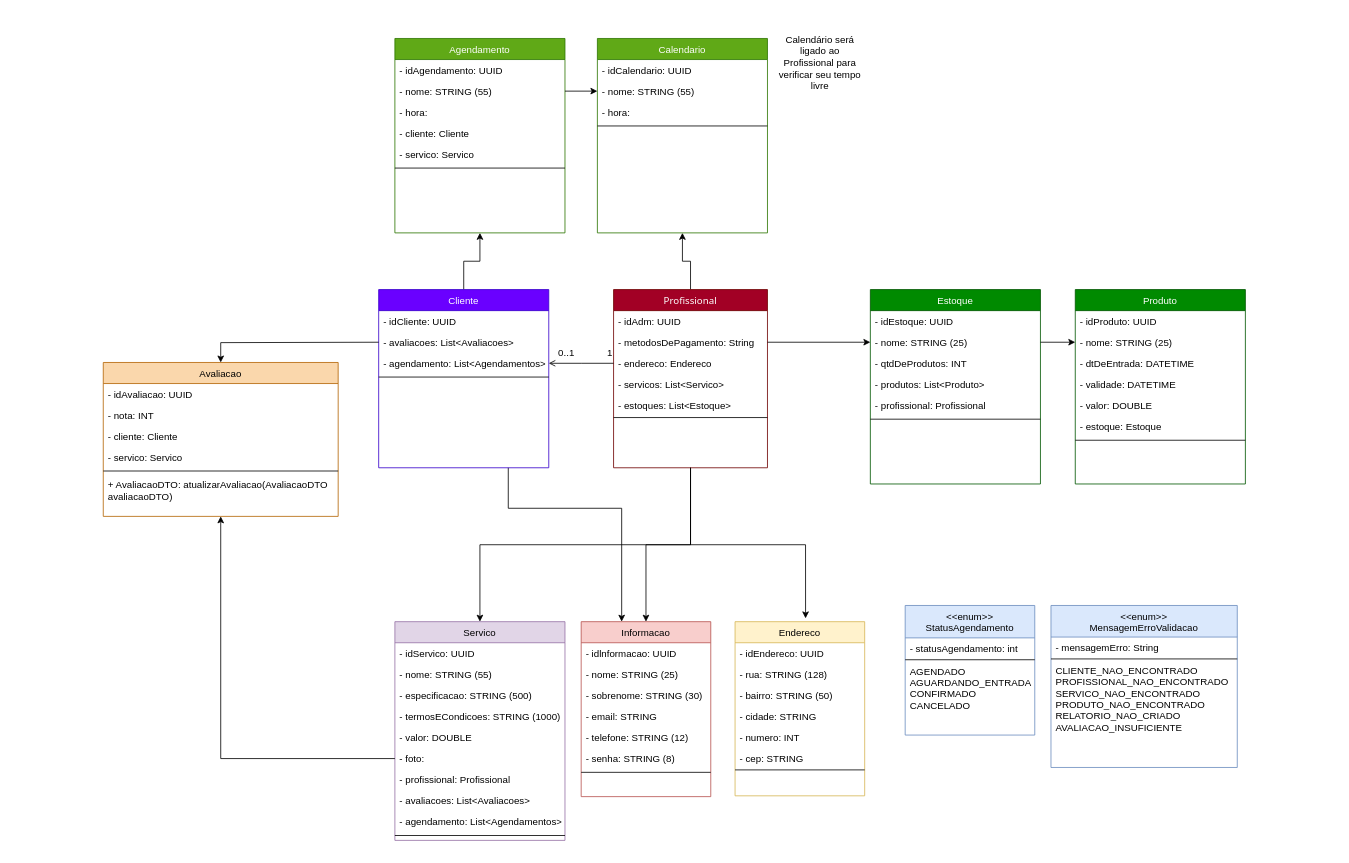
This is docs/salao.drawio from SamelaHostins/SISTEMA-DE-GERENCIAMENTO-BACKEND, a draw.io file, before an edit. Source tidied: cells renumbered, new cells numbered last; positions are measured from the earlier drawing's top-left corner, leaving out a move shared by most shapes. Both pictures are drawn from the tidied source at 81%, with x=0, y=0 at pixel (103, 38).
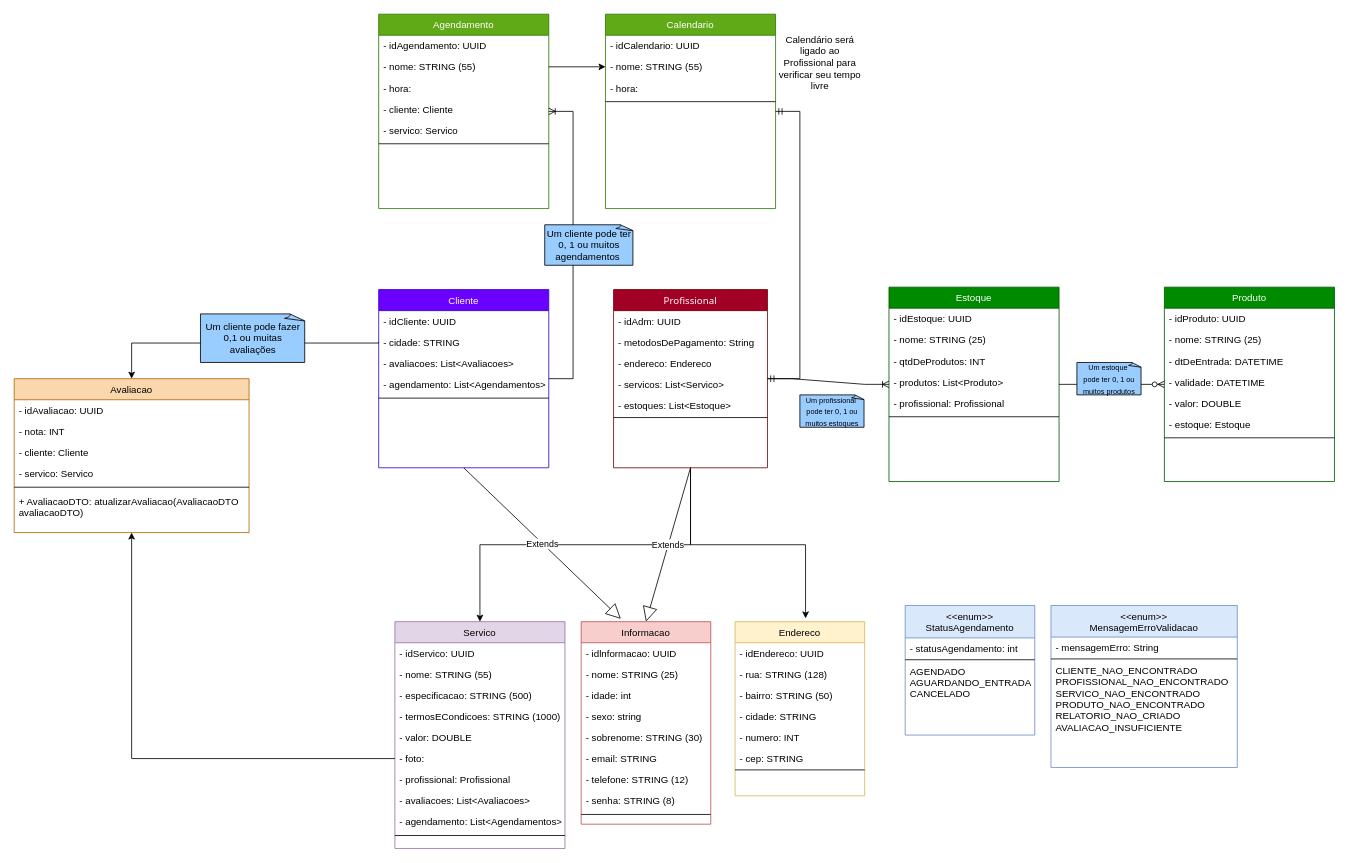
The same page after the edit.

Commit message (it also covers changes not shown here):
feat: salao diagrama

Unchanged cells that the change refers to:
```xml
<mxCell id="5" value="Profissional" style="swimlane;fontStyle=0;align=center;verticalAlign=top;horizontal=1;startSize=26;rounded=0;shadow=0;strokeWidth=1;fontFamily=Tahoma;fillColor=#a20025;fontColor=#ffffff;strokeColor=#6F0000;" parent="1" vertex="1">
  <mxGeometry x="630" y="310" width="190" height="220" as="geometry" />
</mxCell>
<mxCell id="7" value="- metodosDePagamento: String" style="text;align=left;verticalAlign=top;spacingLeft=4;spacingRight=4;overflow=hidden;points=[[0,0.5],[1,0.5]];portConstraint=eastwest;" parent="5" vertex="1">
  <mxGeometry y="52" width="190" height="26" as="geometry" />
</mxCell>
<mxCell id="8" value="- endereco: Endereco" style="text;align=left;verticalAlign=top;spacingLeft=4;spacingRight=4;overflow=hidden;points=[[0,0.5],[1,0.5]];portConstraint=eastwest;" parent="5" vertex="1">
  <mxGeometry y="78" width="190" height="26" as="geometry" />
</mxCell>
<mxCell id="33" value="Cliente" style="swimlane;fontStyle=0;align=center;verticalAlign=top;horizontal=1;startSize=26;rounded=0;shadow=0;strokeWidth=1;fillColor=#6a00ff;strokeColor=#3700CC;fontColor=#ffffff;" parent="1" vertex="1">
  <mxGeometry x="340" y="310" width="210" height="220" as="geometry" />
</mxCell>
<mxCell id="74" value="- nome: STRING (25)" style="text;align=left;verticalAlign=top;spacingLeft=4;spacingRight=4;overflow=hidden;points=[[0,0.5],[1,0.5]];portConstraint=eastwest;rounded=0;shadow=0;html=0;" parent="72" vertex="1">
  <mxGeometry y="52" width="210" height="26" as="geometry" />
</mxCell>
<mxCell id="81" value="- nome: STRING (25)" style="text;align=left;verticalAlign=top;spacingLeft=4;spacingRight=4;overflow=hidden;points=[[0,0.5],[1,0.5]];portConstraint=eastwest;rounded=0;shadow=0;html=0;" parent="79" vertex="1">
  <mxGeometry y="52" width="210" height="26" as="geometry" />
</mxCell>
<mxCell id="90" value="&lt;&lt;enum&gt;&gt;&#10;StatusAgendamento" style="swimlane;fontStyle=0;align=center;verticalAlign=top;horizontal=1;startSize=40;rounded=0;shadow=0;strokeWidth=1;fillColor=#dae8fc;strokeColor=#6c8ebf;" parent="1" vertex="1">
  <mxGeometry x="990" y="700" width="160" height="160" as="geometry" />
</mxCell>
```

Change to the diagram source:
```diff
@@
-    <mxCell id="2" style="edgeStyle=orthogonalEdgeStyle;rounded=0;jettySize=auto;html=1;exitX=0.5;exitY=1;exitDx=0;exitDy=0;entryX=0.5;entryY=0;entryDx=0;entryDy=0;" parent="1" edge="1" source="5" target="41">
-      <mxGeometry relative="1" as="geometry" />
-    </mxCell>
@@
-    <mxCell id="4" style="edgeStyle=orthogonalEdgeStyle;rounded=0;jettySize=auto;html=1;exitX=0.5;exitY=0;exitDx=0;exitDy=0;entryX=0.5;entryY=1;entryDx=0;entryDy=0;" parent="1" edge="1" source="5" target="66">
-      <mxGeometry relative="1" as="geometry" />
-    </mxCell>
@@
     <mxCell id="12" value="Servico" style="swimlane;fontStyle=0;align=center;verticalAlign=top;horizontal=1;startSize=26;rounded=0;shadow=0;strokeWidth=1;fillColor=#e1d5e7;strokeColor=#9673a6;" parent="1" vertex="1">
-      <mxGeometry x="360" y="720" width="210" height="270" as="geometry" />
+      <mxGeometry x="360" y="720" width="210" height="280" as="geometry" />
     </mxCell>
@@
-    <mxCell id="31" style="edgeStyle=orthogonalEdgeStyle;rounded=0;jettySize=auto;html=1;" parent="1" edge="1" target="41">
-      <mxGeometry relative="1" as="geometry">
-        <mxPoint x="500" y="530" as="sourcePoint" />
-        <Array as="points">
-          <mxPoint x="500" y="580" />
-          <mxPoint x="640" y="580" />
-        </Array>
-      </mxGeometry>
-    </mxCell>
-    <mxCell id="32" style="edgeStyle=orthogonalEdgeStyle;rounded=0;jettySize=auto;html=1;exitX=0.5;exitY=0;exitDx=0;exitDy=0;entryX=0.5;entryY=1;entryDx=0;entryDy=0;" parent="1" edge="1" source="33" target="59">
-      <mxGeometry relative="1" as="geometry" />
-    </mxCell>
@@
+    <mxCell id="98" value="- cidade: STRING" style="text;align=left;verticalAlign=top;spacingLeft=4;spacingRight=4;overflow=hidden;" parent="33" vertex="1">
+      <mxGeometry y="52" width="210" height="26" as="geometry" />
+    </mxCell>
     <mxCell id="35" value="- avaliacoes: List&lt;Avaliacoes&gt;" style="text;align=left;verticalAlign=top;spacingLeft=4;spacingRight=4;overflow=hidden;rounded=0;shadow=0;html=0;" parent="33" vertex="1">
-      <mxGeometry y="52" width="210" height="26" as="geometry" />
+      <mxGeometry y="78" width="210" height="26" as="geometry" />
     </mxCell>
     <mxCell id="36" value="- agendamento: List&lt;Agendamentos&gt;" style="text;align=left;verticalAlign=top;spacingLeft=4;spacingRight=4;overflow=hidden;rounded=0;shadow=0;html=0;" parent="33" vertex="1">
-      <mxGeometry y="78" width="210" height="26" as="geometry" />
+      <mxGeometry y="104" width="210" height="26" as="geometry" />
     </mxCell>
     <mxCell id="37" style="line;html=1;strokeWidth=1;align=left;verticalAlign=middle;spacingTop=-1;spacingLeft=3;spacingRight=3;labelPosition=right;" parent="33" vertex="1">
-      <mxGeometry y="104" width="210" height="8" as="geometry" />
+      <mxGeometry y="130" width="210" height="8" as="geometry" />
     </mxCell>
-    <mxCell id="38" style="endArrow=open;shadow=0;strokeWidth=1;rounded=0;endFill=1;edgeStyle=elbowEdgeStyle;elbow=vertical;exitX=0;exitY=0.5;exitDx=0;exitDy=0;" parent="1" edge="1" source="8" target="33">
-      <mxGeometry x="0.5" y="41" relative="1" as="geometry">
-        <mxPoint x="-40" y="32" as="offset" />
-      </mxGeometry>
-    </mxCell>
-    <mxCell id="39" value="0..1" style="align=left;verticalAlign=bottom;labelBackgroundColor=none;fontSize=12;" parent="38" vertex="1">
-      <mxGeometry x="-1" relative="1" as="geometry">
-        <mxPoint x="-70" y="-5" as="offset" />
-      </mxGeometry>
-    </mxCell>
-    <mxCell id="40" value="1" style="align=right;verticalAlign=bottom;labelBackgroundColor=none;fontSize=12;" parent="38" vertex="1">
-      <mxGeometry x="1" relative="1" as="geometry">
-        <mxPoint x="80" y="-5" as="offset" />
-      </mxGeometry>
-    </mxCell>
     <mxCell id="41" value="Informacao" style="swimlane;fontStyle=0;align=center;verticalAlign=top;horizontal=1;startSize=26;rounded=0;shadow=0;strokeWidth=1;fillColor=#f8cecc;strokeColor=#b85450;" parent="1" vertex="1">
-      <mxGeometry x="590" y="720" width="160" height="216" as="geometry" />
+      <mxGeometry x="590" y="720" width="160" height="250" as="geometry" />
     </mxCell>
@@
+    <mxCell id="99" value="- idade: int " style="text;align=left;verticalAlign=top;spacingLeft=4;spacingRight=4;overflow=hidden;" parent="41" vertex="1">
+      <mxGeometry y="78" width="160" height="26" as="geometry" />
+    </mxCell>
+    <mxCell id="100" value="- sexo: string" style="text;align=left;verticalAlign=top;spacingLeft=4;spacingRight=4;overflow=hidden;" parent="41" vertex="1">
+      <mxGeometry y="104" width="160" height="26" as="geometry" />
+    </mxCell>
     <mxCell id="44" value="- sobrenome: STRING (30)" style="text;align=left;verticalAlign=top;spacingLeft=4;spacingRight=4;overflow=hidden;" parent="41" vertex="1">
-      <mxGeometry y="78" width="160" height="26" as="geometry" />
+      <mxGeometry y="130" width="160" height="26" as="geometry" />
     </mxCell>
     <mxCell id="45" value="- email: STRING " style="text;align=left;verticalAlign=top;spacingLeft=4;spacingRight=4;overflow=hidden;" parent="41" vertex="1">
-      <mxGeometry y="104" width="160" height="26" as="geometry" />
+      <mxGeometry y="156" width="160" height="26" as="geometry" />
     </mxCell>
     <mxCell id="46" value="- telefone: STRING (12)" style="text;align=left;verticalAlign=top;spacingLeft=4;spacingRight=4;overflow=hidden;" parent="41" vertex="1">
-      <mxGeometry y="130" width="160" height="26" as="geometry" />
+      <mxGeometry y="182" width="160" height="26" as="geometry" />
     </mxCell>
     <mxCell id="47" value="- senha: STRING (8)" style="text;align=left;verticalAlign=top;spacingLeft=4;spacingRight=4;overflow=hidden;" parent="41" vertex="1">
-      <mxGeometry y="156" width="160" height="26" as="geometry" />
+      <mxGeometry y="208" width="160" height="26" as="geometry" />
     </mxCell>
     <mxCell id="48" style="line;html=1;strokeWidth=1;align=left;verticalAlign=middle;spacingTop=-1;spacingLeft=3;spacingRight=3;labelPosition=right;" parent="41" vertex="1">
-      <mxGeometry y="182" width="160" height="8" as="geometry" />
+      <mxGeometry y="234" width="160" height="8" as="geometry" />
     </mxCell>
     <mxCell id="49" value="Avaliacao" style="swimlane;fontStyle=0;align=center;verticalAlign=top;horizontal=1;startSize=26;rounded=0;shadow=0;strokeWidth=1;fillColor=#fad7ac;strokeColor=#b46504;" parent="1" vertex="1">
-      <mxGeometry y="400" width="290" height="190" as="geometry" />
+      <mxGeometry x="-110" y="420" width="290" height="190" as="geometry" />
     </mxCell>
@@
     <mxCell id="57" style="edgeStyle=orthogonalEdgeStyle;rounded=0;jettySize=auto;html=1;exitX=0;exitY=0.5;exitDx=0;exitDy=0;entryX=0.5;entryY=0;entryDx=0;entryDy=0;" parent="1" edge="1" target="49">
       <mxGeometry relative="1" as="geometry">
         <mxPoint x="340" y="375" as="sourcePoint" />
+        <Array as="points">
+          <mxPoint x="35" y="376" />
+        </Array>
       </mxGeometry>
     </mxCell>
@@
     <mxCell id="59" value="Agendamento" style="swimlane;fontStyle=0;align=center;verticalAlign=top;horizontal=1;startSize=26;rounded=0;shadow=0;strokeWidth=1;fillColor=#60a917;strokeColor=#2D7600;fontColor=#ffffff;" parent="1" vertex="1">
-      <mxGeometry x="360" width="210" height="240" as="geometry" />
+      <mxGeometry x="340" y="-30" width="210" height="240" as="geometry" />
     </mxCell>
@@
     <mxCell id="66" value="Calendario" style="swimlane;fontStyle=0;align=center;verticalAlign=top;horizontal=1;startSize=26;rounded=0;shadow=0;strokeWidth=1;fillColor=#60a917;strokeColor=#2D7600;fontColor=#ffffff;" parent="1" vertex="1">
-      <mxGeometry x="610" width="210" height="240" as="geometry" />
+      <mxGeometry x="620" y="-30" width="210" height="240" as="geometry" />
     </mxCell>
@@
     <mxCell id="72" value="Estoque" style="swimlane;fontStyle=0;align=center;verticalAlign=top;horizontal=1;startSize=26;rounded=0;shadow=0;strokeWidth=1;fillColor=#008a00;strokeColor=#005700;fontColor=#ffffff;" parent="1" vertex="1">
-      <mxGeometry x="947" y="310" width="210" height="240" as="geometry" />
+      <mxGeometry x="970" y="307" width="210" height="240" as="geometry" />
     </mxCell>
@@
     <mxCell id="79" value="Produto" style="swimlane;fontStyle=0;align=center;verticalAlign=top;horizontal=1;startSize=26;rounded=0;shadow=0;strokeWidth=1;fillColor=#008a00;strokeColor=#005700;fontColor=#ffffff;" parent="1" vertex="1">
-      <mxGeometry x="1200" y="310" width="210" height="240" as="geometry" />
+      <mxGeometry x="1310" y="307" width="210" height="240" as="geometry" />
     </mxCell>
@@
-    <mxCell id="87" style="edgeStyle=orthogonalEdgeStyle;rounded=0;jettySize=auto;html=1;exitX=1;exitY=0.5;exitDx=0;exitDy=0;" parent="1" edge="1" source="7" target="74">
-      <mxGeometry relative="1" as="geometry" />
-    </mxCell>
-    <mxCell id="88" style="edgeStyle=orthogonalEdgeStyle;rounded=0;jettySize=auto;html=1;exitX=1;exitY=0.5;exitDx=0;exitDy=0;" parent="1" edge="1" source="74" target="81">
-      <mxGeometry relative="1" as="geometry" />
-    </mxCell>
@@
-    <mxCell id="93" value="AGENDADO&#10;AGUARDANDO_ENTRADA&#10;CONFIRMADO&#10;CANCELADO" style="text;align=left;verticalAlign=top;spacingLeft=4;spacingRight=4;overflow=hidden;rounded=0;shadow=0;html=0;" parent="90" vertex="1">
+    <mxCell id="93" value="AGENDADO&#10;AGUARDANDO_ENTRADA&#10;CANCELADO" style="text;align=left;verticalAlign=top;spacingLeft=4;spacingRight=4;overflow=hidden;rounded=0;shadow=0;html=0;" parent="90" vertex="1">
       <mxGeometry y="68" width="160" height="76" as="geometry" />
     </mxCell>
@@
+    <mxCell id="101" value="Um cliente pode fazer 0,1 ou muitas avaliações" style="whiteSpace=wrap;html=1;shape=mxgraph.basic.document;fillColor=#99CCFF;" parent="1" vertex="1">
+      <mxGeometry x="120" y="340" width="130" height="60" as="geometry" />
+    </mxCell>
+    <mxCell id="102" value="&lt;font style=&quot;font-size: 9px;&quot;&gt;Um profissional&amp;nbsp;&lt;/font&gt;&lt;div&gt;&lt;font style=&quot;font-size: 9px;&quot;&gt;pode ter 0, 1 ou muitos estoques&lt;/font&gt;&lt;/div&gt;" style="whiteSpace=wrap;html=1;shape=mxgraph.basic.document;fillColor=#99CCFF;" parent="1" vertex="1">
+      <mxGeometry x="860" y="440" width="80" height="40" as="geometry" />
+    </mxCell>
+    <mxCell id="103" style="edgeStyle=entityRelationEdgeStyle;fontSize=12;html=1;endArrow=ERzeroToMany;endFill=1;rounded=0;" parent="1" edge="1" source="72" target="79">
+      <mxGeometry relative="1" as="geometry" />
+    </mxCell>
+    <mxCell id="104" value="&lt;font style=&quot;font-size: 9px;&quot;&gt;Um estoque&amp;nbsp;&lt;/font&gt;&lt;div&gt;&lt;font style=&quot;font-size: 9px;&quot;&gt;pode ter 0, 1 ou muitos produtos&lt;/font&gt;&lt;/div&gt;" style="whiteSpace=wrap;html=1;shape=mxgraph.basic.document;fillColor=#99CCFF;" parent="1" vertex="1">
+      <mxGeometry x="1202" y="400" width="80" height="40" as="geometry" />
+    </mxCell>
+    <mxCell id="32" style="edgeStyle=entityRelationEdgeStyle;fontSize=12;html=1;endArrow=ERoneToMany;rounded=0;" parent="1" edge="1" source="33" target="59">
+      <mxGeometry relative="1" as="geometry" />
+    </mxCell>
+    <mxCell id="105" value="Um cliente pode ter 0, 1 ou muitos agendamentos&amp;nbsp;" style="whiteSpace=wrap;html=1;shape=mxgraph.basic.document;fillColor=#99CCFF;shadow=0;" parent="1" vertex="1">
+      <mxGeometry x="545" y="230" width="110" height="50" as="geometry" />
+    </mxCell>
+    <mxCell id="4" style="edgeStyle=entityRelationEdgeStyle;fontSize=12;html=1;endArrow=ERmandOne;startArrow=ERmandOne;rounded=0;" parent="1" edge="1" source="5" target="66">
+      <mxGeometry relative="1" as="geometry" />
+    </mxCell>
+    <mxCell id="106" style="edgeStyle=entityRelationEdgeStyle;fontSize=12;html=1;endArrow=ERoneToMany;rounded=0;" parent="1" edge="1" source="5" target="72">
+      <mxGeometry relative="1" as="geometry" />
+    </mxCell>
+    <mxCell id="107" value="Extends" style="endArrow=block;endSize=16;endFill=0;html=1;rounded=0;exitX=0.5;exitY=1;exitDx=0;exitDy=0;entryX=0.306;entryY=-0.014;entryDx=0;entryDy=0;entryPerimeter=0;" parent="1" edge="1" source="33" target="41">
+      <mxGeometry relative="1" as="geometry" />
+    </mxCell>
+    <mxCell id="108" value="Extends" style="endArrow=block;endSize=16;endFill=0;html=1;rounded=0;exitX=0.5;exitY=1;exitDx=0;exitDy=0;" parent="1" edge="1" source="5">
+      <mxGeometry relative="1" as="geometry">
+        <mxPoint x="670" y="720" as="targetPoint" />
+      </mxGeometry>
+    </mxCell>
```
